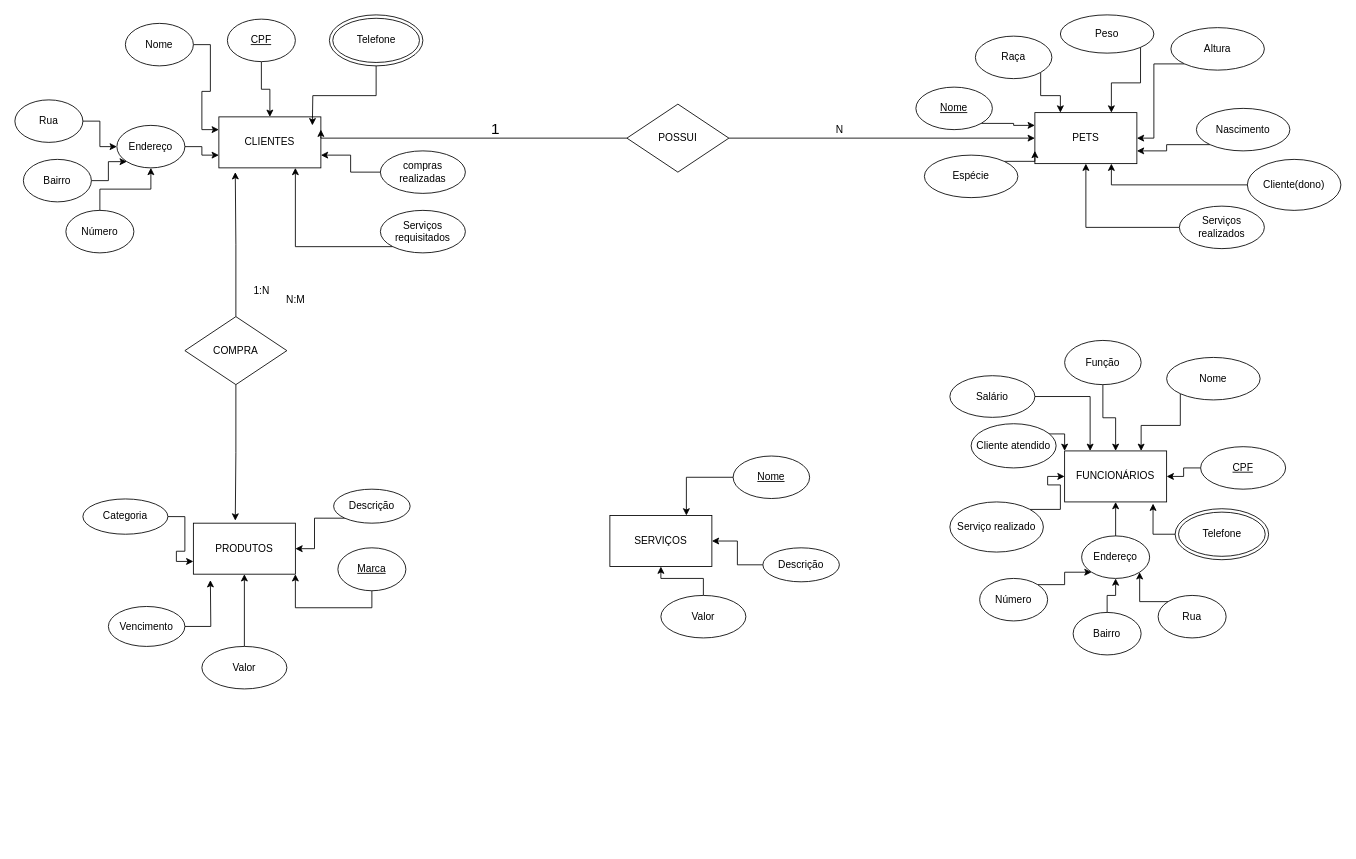
The draw.io diagram PetShop.drawio in analaura09/Banco-de-Dados, before the edit. Source tidied: cells renumbered, new cells numbered last; positions are measured from the earlier drawing's top-left corner, leaving out a move shared by most shapes. Both pictures are drawn from the tidied source at 85%, with x=0, y=0 at pixel (14, 14).
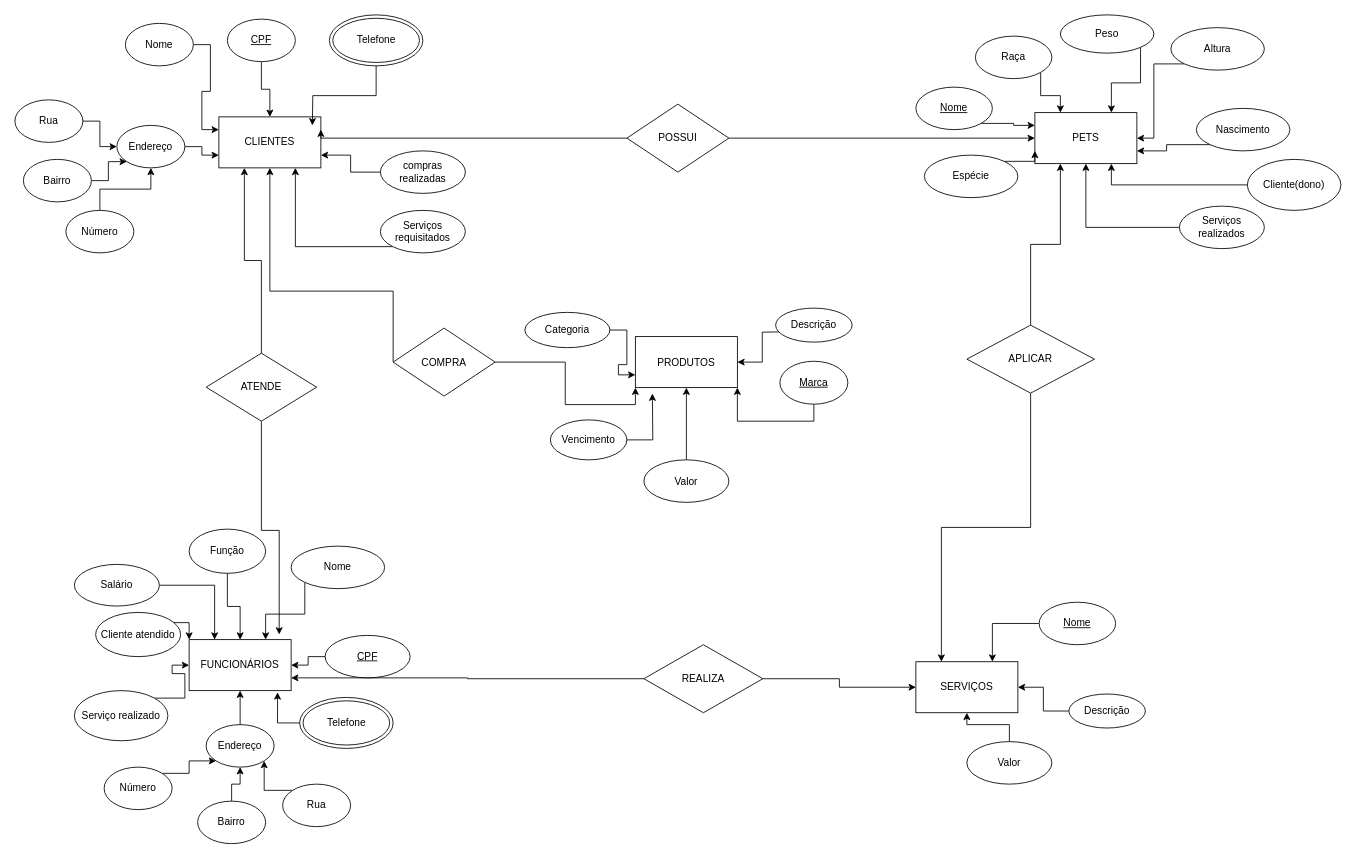
The same diagram, later.

Commit message:
ADIÇÃO DOS RELACIONAMENTOS

The change refers to these unchanged cells:
```xml
<mxCell id="2" value="CLIENTES" style="rounded=0;whiteSpace=wrap;html=1;" parent="1" vertex="1">
  <mxGeometry x="240" y="120" width="120" height="60" as="geometry" />
</mxCell>
<mxCell id="3" value="PETS" style="rounded=0;whiteSpace=wrap;html=1;" parent="1" vertex="1">
  <mxGeometry x="1200" y="115" width="120" height="60" as="geometry" />
</mxCell>
```

What changed in the source:
```diff
@@
     <mxCell id="4" value="FUNCIONÁRIOS" style="rounded=0;whiteSpace=wrap;html=1;" parent="1" vertex="1">
-      <mxGeometry x="1235" y="513" width="120" height="60" as="geometry" />
+      <mxGeometry x="205" y="735" width="120" height="60" as="geometry" />
     </mxCell>
@@
     <mxCell id="35" style="edgeStyle=orthogonalEdgeStyle;rounded=0;jettySize=auto;html=1;exitX=1;exitY=0;exitDx=0;exitDy=0;entryX=0;entryY=0;entryDx=0;entryDy=0;" parent="1" edge="1" target="4">
       <mxGeometry relative="1" as="geometry">
-        <mxPoint x="1165.4" y="506.6" as="sourcePoint" />
+        <mxPoint x="135.4" y="728.6" as="sourcePoint" />
       </mxGeometry>
     </mxCell>
     <mxCell id="36" value="Cliente atendido" style="ellipse;whiteSpace=wrap;html=1;shadow=0;strokeColor=#000000;fillColor=#FFFFFF;" parent="1" vertex="1">
-      <mxGeometry x="1125" y="481" width="100" height="52" as="geometry" />
+      <mxGeometry x="95" y="703" width="100" height="52" as="geometry" />
     </mxCell>
@@
     <mxCell id="38" value="Serviço realizado" style="ellipse;whiteSpace=wrap;html=1;shadow=0;strokeColor=#000000;fillColor=#FFFFFF;" parent="1" vertex="1">
-      <mxGeometry x="1100" y="573" width="110" height="59" as="geometry" />
+      <mxGeometry x="70" y="795" width="110" height="59" as="geometry" />
     </mxCell>
@@
     <mxCell id="40" value="Salário" style="ellipse;whiteSpace=wrap;html=1;shadow=0;strokeColor=#000000;fillColor=#FFFFFF;" parent="1" vertex="1">
-      <mxGeometry x="1100" y="424.5" width="100" height="49" as="geometry" />
+      <mxGeometry x="70" y="646.5" width="100" height="49" as="geometry" />
     </mxCell>
@@
     <mxCell id="42" value="&lt;u&gt;CPF&lt;/u&gt;" style="ellipse;whiteSpace=wrap;html=1;shadow=0;strokeColor=#000000;fillColor=#FFFFFF;" parent="1" vertex="1">
-      <mxGeometry x="1395" y="508" width="100" height="50" as="geometry" />
+      <mxGeometry x="365" y="730" width="100" height="50" as="geometry" />
     </mxCell>
@@
     <mxCell id="44" value="Função" style="ellipse;whiteSpace=wrap;html=1;shadow=0;strokeColor=#000000;fillColor=#FFFFFF;" parent="1" vertex="1">
-      <mxGeometry x="1235" y="383" width="90" height="52" as="geometry" />
+      <mxGeometry x="205" y="605" width="90" height="52" as="geometry" />
     </mxCell>
@@
     <mxCell id="46" value="Nome" style="ellipse;whiteSpace=wrap;html=1;shadow=0;strokeColor=#000000;fillColor=#FFFFFF;" parent="1" vertex="1">
-      <mxGeometry x="1355" y="403" width="110" height="50" as="geometry" />
+      <mxGeometry x="325" y="625" width="110" height="50" as="geometry" />
     </mxCell>
     <mxCell id="47" value="PRODUTOS" style="rounded=0;whiteSpace=wrap;html=1;shadow=0;strokeColor=#000000;fillColor=#FFFFFF;" parent="1" vertex="1">
-      <mxGeometry x="210" y="598" width="120" height="60" as="geometry" />
+      <mxGeometry x="730" y="378.5" width="120" height="60" as="geometry" />
     </mxCell>
-    <mxCell id="48" style="edgeStyle=orthogonalEdgeStyle;rounded=0;jettySize=auto;html=1;exitX=0;exitY=1;exitDx=0;exitDy=0;entryX=1;entryY=0.5;entryDx=0;entryDy=0;" parent="1" edge="1" source="49" target="47">
-      <mxGeometry relative="1" as="geometry" />
+    <mxCell id="48" style="edgeStyle=orthogonalEdgeStyle;rounded=0;jettySize=auto;html=1;exitX=0;exitY=1;exitDx=0;exitDy=0;entryX=1;entryY=0.5;entryDx=0;entryDy=0;" parent="1" edge="1" target="47">
+      <mxGeometry relative="1" as="geometry">
+        <mxPoint x="908.5" y="372.8" as="sourcePoint" />
+      </mxGeometry>
     </mxCell>
     <mxCell id="49" value="Descrição" style="ellipse;whiteSpace=wrap;html=1;shadow=0;strokeColor=#000000;fillColor=#FFFFFF;" parent="1" vertex="1">
-      <mxGeometry x="375" y="558" width="90" height="40" as="geometry" />
+      <mxGeometry x="895" y="345" width="90" height="40" as="geometry" />
     </mxCell>
@@
     <mxCell id="51" value="&lt;u&gt;Marca&lt;/u&gt;" style="ellipse;whiteSpace=wrap;html=1;shadow=0;strokeColor=#000000;fillColor=#FFFFFF;" parent="1" vertex="1">
-      <mxGeometry x="380" y="627" width="80" height="50.5" as="geometry" />
+      <mxGeometry x="900" y="407.5" width="80" height="50.5" as="geometry" />
     </mxCell>
     <mxCell id="52" style="edgeStyle=orthogonalEdgeStyle;rounded=0;jettySize=auto;html=1;exitX=1;exitY=0.5;exitDx=0;exitDy=0;" parent="1" edge="1" source="53">
       <mxGeometry relative="1" as="geometry">
-        <mxPoint x="230" y="665" as="targetPoint" />
+        <mxPoint x="750" y="445.5" as="targetPoint" />
       </mxGeometry>
     </mxCell>
     <mxCell id="53" value="Vencimento" style="ellipse;whiteSpace=wrap;html=1;shadow=0;strokeColor=#000000;fillColor=#FFFFFF;" parent="1" vertex="1">
-      <mxGeometry x="110" y="696" width="90" height="47" as="geometry" />
+      <mxGeometry x="630" y="476.5" width="90" height="47" as="geometry" />
     </mxCell>
@@
     <mxCell id="55" value="Categoria" style="ellipse;whiteSpace=wrap;html=1;shadow=0;strokeColor=#000000;fillColor=#FFFFFF;" parent="1" vertex="1">
-      <mxGeometry x="80" y="569.5" width="100" height="41.5" as="geometry" />
+      <mxGeometry x="600" y="350" width="100" height="41.5" as="geometry" />
     </mxCell>
-    <mxCell id="56" style="edgeStyle=orthogonalEdgeStyle;rounded=0;jettySize=auto;html=1;exitX=0.5;exitY=0;exitDx=0;exitDy=0;entryX=0.5;entryY=1;entryDx=0;entryDy=0;" parent="1" edge="1" source="57" target="47">
+    <mxCell id="56" style="edgeStyle=orthogonalEdgeStyle;rounded=0;jettySize=auto;html=1;exitX=0.5;exitY=0;exitDx=0;exitDy=0;" parent="1" edge="1" source="57" target="47">
       <mxGeometry relative="1" as="geometry" />
     </mxCell>
     <mxCell id="57" value="Valor" style="ellipse;whiteSpace=wrap;html=1;shadow=0;strokeColor=#000000;fillColor=#FFFFFF;" parent="1" vertex="1">
-      <mxGeometry x="220" y="743" width="100" height="50" as="geometry" />
+      <mxGeometry x="740" y="523.5" width="100" height="50" as="geometry" />
     </mxCell>
@@
     <mxCell id="63" value="Telefone" style="ellipse;html=1;shape=endState;fillColor=#FFFFFF;strokeColor=#000000;shadow=0;" parent="1" vertex="1">
-      <mxGeometry x="1365" y="581" width="110" height="60" as="geometry" />
+      <mxGeometry x="335" y="803" width="110" height="60" as="geometry" />
     </mxCell>
@@
     <mxCell id="65" value="Endereço" style="ellipse;whiteSpace=wrap;html=1;" parent="1" vertex="1">
-      <mxGeometry x="1255" y="613" width="80" height="50" as="geometry" />
+      <mxGeometry x="225" y="835" width="80" height="50" as="geometry" />
     </mxCell>
@@
     <mxCell id="67" value="Rua" style="ellipse;whiteSpace=wrap;html=1;" parent="1" vertex="1">
-      <mxGeometry x="1345" y="683" width="80" height="50" as="geometry" />
+      <mxGeometry x="315" y="905" width="80" height="50" as="geometry" />
     </mxCell>
@@
     <mxCell id="69" value="Bairro" style="ellipse;whiteSpace=wrap;html=1;" parent="1" vertex="1">
-      <mxGeometry x="1245" y="703" width="80" height="50" as="geometry" />
+      <mxGeometry x="215" y="925" width="80" height="50" as="geometry" />
     </mxCell>
@@
     <mxCell id="71" value="Número" style="ellipse;whiteSpace=wrap;html=1;" parent="1" vertex="1">
-      <mxGeometry x="1135" y="663" width="80" height="50" as="geometry" />
+      <mxGeometry x="105" y="885" width="80" height="50" as="geometry" />
     </mxCell>
     <mxCell id="72" value="SERVIÇOS" style="rounded=0;whiteSpace=wrap;html=1;shadow=0;strokeColor=#000000;fillColor=#FFFFFF;" parent="1" vertex="1">
-      <mxGeometry x="700" y="589" width="120" height="60" as="geometry" />
+      <mxGeometry x="1060" y="761" width="120" height="60" as="geometry" />
     </mxCell>
@@
     <mxCell id="74" value="&lt;u&gt;Nome&lt;/u&gt;" style="ellipse;whiteSpace=wrap;html=1;shadow=0;strokeColor=#000000;fillColor=#FFFFFF;" parent="1" vertex="1">
-      <mxGeometry x="845" y="519" width="90" height="50" as="geometry" />
+      <mxGeometry x="1205" y="691" width="90" height="50" as="geometry" />
     </mxCell>
@@
     <mxCell id="76" value="Descrição" style="ellipse;whiteSpace=wrap;html=1;shadow=0;strokeColor=#000000;fillColor=#FFFFFF;" parent="1" vertex="1">
-      <mxGeometry x="880" y="627" width="90" height="40" as="geometry" />
+      <mxGeometry x="1240" y="799" width="90" height="40" as="geometry" />
     </mxCell>
@@
     <mxCell id="78" value="Valor" style="ellipse;whiteSpace=wrap;html=1;shadow=0;strokeColor=#000000;fillColor=#FFFFFF;" parent="1" vertex="1">
-      <mxGeometry x="760" y="683" width="100" height="50" as="geometry" />
+      <mxGeometry x="1120" y="855" width="100" height="50" as="geometry" />
     </mxCell>
@@
-    <mxCell id="82" value="&lt;font style=&quot;font-size: 18px&quot;&gt;1&lt;/font&gt;" style="text;html=1;align=center;verticalAlign=middle;" parent="1" vertex="1">
-      <mxGeometry x="550" y="125" width="30" height="20" as="geometry" />
-    </mxCell>
-    <mxCell id="83" value="N" style="text;html=1;align=center;verticalAlign=middle;" parent="1" vertex="1">
-      <mxGeometry x="960" y="125" width="20" height="20" as="geometry" />
-    </mxCell>
-    <mxCell id="84" style="edgeStyle=orthogonalEdgeStyle;rounded=0;jettySize=auto;html=1;exitX=0.5;exitY=0;exitDx=0;exitDy=0;" parent="1" edge="1" source="86">
-      <mxGeometry relative="1" as="geometry">
-        <mxPoint x="259.3" y="185" as="targetPoint" />
-      </mxGeometry>
-    </mxCell>
-    <mxCell id="85" style="edgeStyle=orthogonalEdgeStyle;rounded=0;jettySize=auto;html=1;exitX=0.5;exitY=1;exitDx=0;exitDy=0;" parent="1" edge="1" source="86">
-      <mxGeometry relative="1" as="geometry">
-        <mxPoint x="259.3" y="595" as="targetPoint" />
-      </mxGeometry>
-    </mxCell>
+    <mxCell id="89" style="edgeStyle=orthogonalEdgeStyle;rounded=0;jettySize=auto;html=1;exitX=1;exitY=0.5;exitDx=0;exitDy=0;entryX=0;entryY=1;entryDx=0;entryDy=0;" parent="1" edge="1" source="86" target="47">
+      <mxGeometry relative="1" as="geometry" />
+    </mxCell>
+    <mxCell id="90" style="edgeStyle=orthogonalEdgeStyle;rounded=0;jettySize=auto;html=1;exitX=0;exitY=0.5;exitDx=0;exitDy=0;entryX=0.5;entryY=1;entryDx=0;entryDy=0;" parent="1" edge="1" source="86" target="2">
+      <mxGeometry relative="1" as="geometry">
+        <Array as="points">
+          <mxPoint x="445" y="325" />
+          <mxPoint x="300" y="325" />
+        </Array>
+      </mxGeometry>
+    </mxCell>
     <mxCell id="86" value="COMPRA" style="rhombus;whiteSpace=wrap;html=1;shadow=0;strokeColor=#000000;fillColor=#FFFFFF;" parent="1" vertex="1">
-      <mxGeometry x="200" y="355" width="120" height="80" as="geometry" />
+      <mxGeometry x="445" y="368.5" width="120" height="80" as="geometry" />
     </mxCell>
-    <mxCell id="87" value="1:N" style="text;html=1;align=center;verticalAlign=middle;" parent="1" vertex="1">
-      <mxGeometry x="275" y="315" width="30" height="20" as="geometry" />
-    </mxCell>
-    <mxCell id="88" value="N:M" style="text;html=1;align=center;verticalAlign=middle;" parent="1" vertex="1">
-      <mxGeometry x="310" y="325" width="40" height="20" as="geometry" />
-    </mxCell>
+    <mxCell id="91" style="edgeStyle=orthogonalEdgeStyle;rounded=0;jettySize=auto;html=1;exitX=0.5;exitY=1;exitDx=0;exitDy=0;entryX=0.883;entryY=-0.1;entryDx=0;entryDy=0;entryPerimeter=0;" parent="1" edge="1" source="93" target="4">
+      <mxGeometry relative="1" as="geometry" />
+    </mxCell>
+    <mxCell id="92" style="edgeStyle=orthogonalEdgeStyle;rounded=0;jettySize=auto;html=1;exitX=0.5;exitY=0;exitDx=0;exitDy=0;entryX=0.25;entryY=1;entryDx=0;entryDy=0;" parent="1" edge="1" source="93" target="2">
+      <mxGeometry relative="1" as="geometry" />
+    </mxCell>
+    <mxCell id="93" value="ATENDE" style="rhombus;whiteSpace=wrap;html=1;" parent="1" vertex="1">
+      <mxGeometry x="225" y="398" width="130" height="80" as="geometry" />
+    </mxCell>
+    <mxCell id="94" style="edgeStyle=orthogonalEdgeStyle;rounded=0;jettySize=auto;html=1;exitX=1;exitY=0.5;exitDx=0;exitDy=0;entryX=0;entryY=0.5;entryDx=0;entryDy=0;" parent="1" edge="1" source="96" target="72">
+      <mxGeometry relative="1" as="geometry" />
+    </mxCell>
+    <mxCell id="95" style="edgeStyle=orthogonalEdgeStyle;rounded=0;jettySize=auto;html=1;exitX=0;exitY=0.5;exitDx=0;exitDy=0;entryX=1;entryY=0.75;entryDx=0;entryDy=0;" parent="1" edge="1" source="96" target="4">
+      <mxGeometry relative="1" as="geometry" />
+    </mxCell>
+    <mxCell id="96" value="REALIZA" style="rhombus;whiteSpace=wrap;html=1;" parent="1" vertex="1">
+      <mxGeometry x="740" y="741" width="140" height="80" as="geometry" />
+    </mxCell>
+    <mxCell id="97" style="edgeStyle=orthogonalEdgeStyle;rounded=0;jettySize=auto;html=1;exitX=0.5;exitY=0;exitDx=0;exitDy=0;entryX=0.25;entryY=1;entryDx=0;entryDy=0;" parent="1" edge="1" source="99" target="3">
+      <mxGeometry relative="1" as="geometry" />
+    </mxCell>
+    <mxCell id="98" style="edgeStyle=orthogonalEdgeStyle;rounded=0;jettySize=auto;html=1;exitX=0.5;exitY=1;exitDx=0;exitDy=0;entryX=0.25;entryY=0;entryDx=0;entryDy=0;" parent="1" edge="1" source="99" target="72">
+      <mxGeometry relative="1" as="geometry" />
+    </mxCell>
+    <mxCell id="99" value="APLICAR" style="rhombus;whiteSpace=wrap;html=1;" parent="1" vertex="1">
+      <mxGeometry x="1120" y="365" width="150" height="80" as="geometry" />
+    </mxCell>
```
